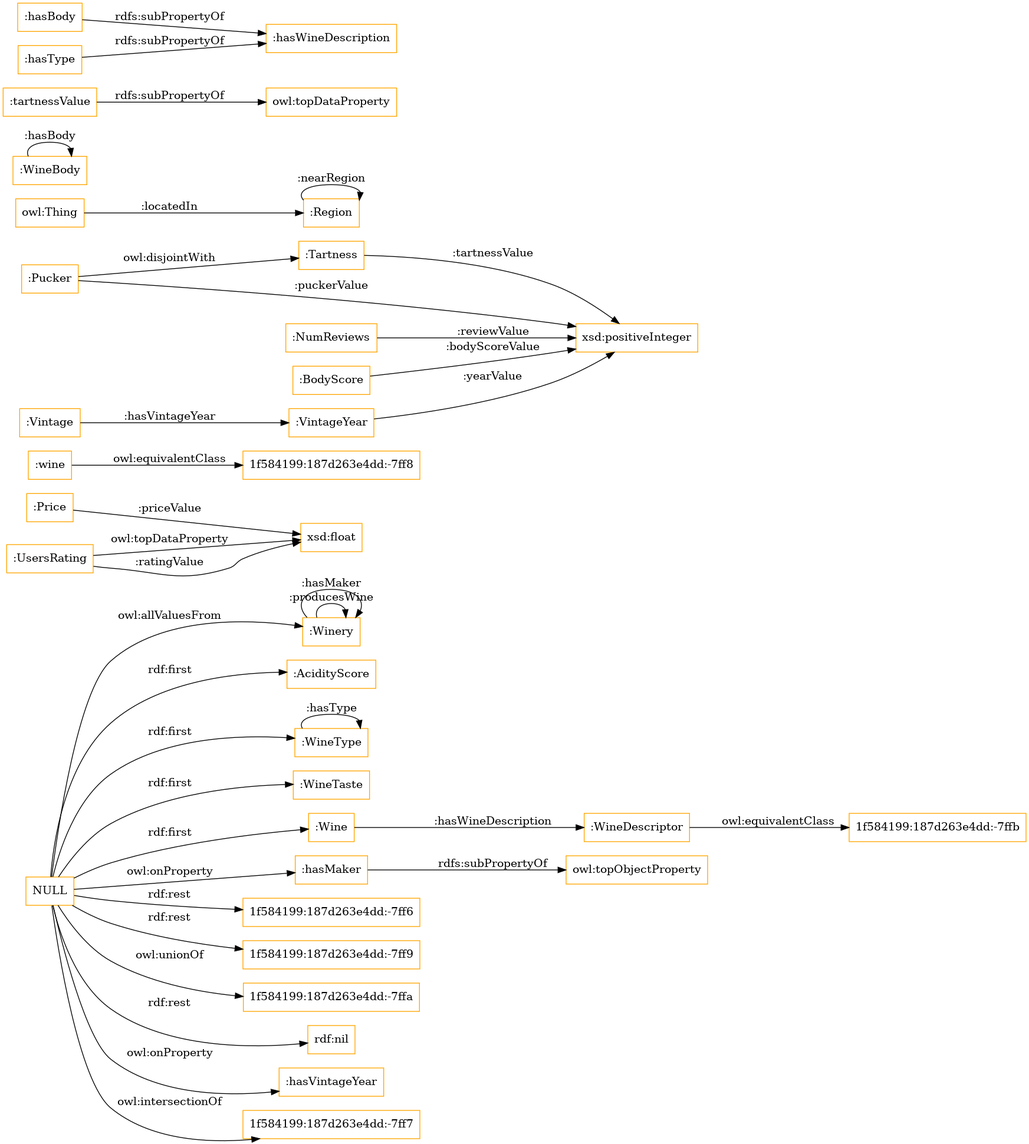
Above: OnToology/wine_es.rdf/diagrams/ar2dtool-class/wine_es.rdf.png in OnToologyUser/wine-onto (Graphviz), before the change. Its source is kept beside it as OnToology/wine_es.rdf/diagrams/ar2dtool-class/wine_es.rdf.png.dot.
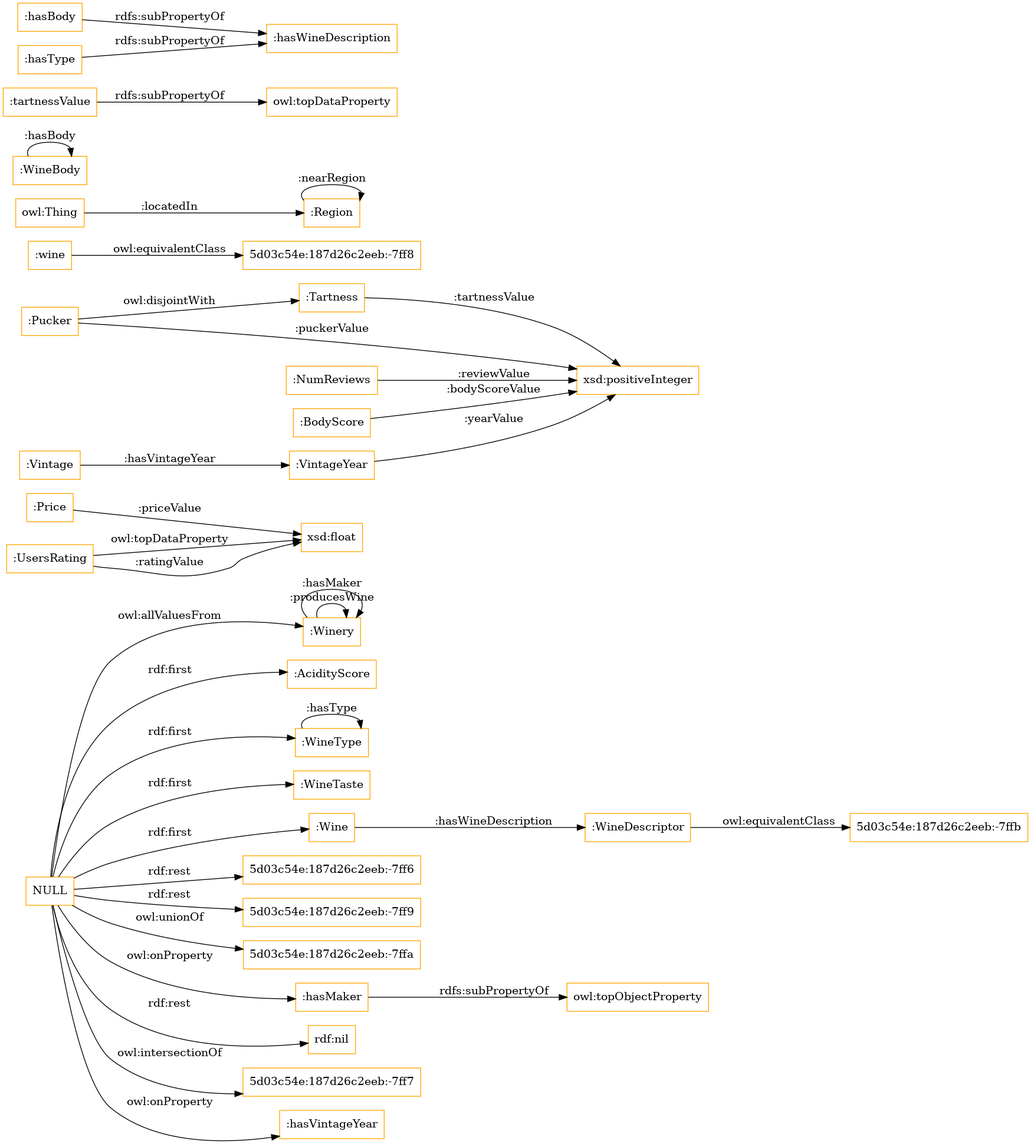
After the change.

The edit, as a diff of the source:
```diff
@@ -1,25 +1,25 @@
 digraph ar2dtool_diagram {
 rankdir=LR;
 size="1501"
-node [shape = rectangle, color="orange"]; ":Winery" ":Price" "1f584199:187d263e4dd:-7ff8" ":WineDescriptor" ":AcidityScore" "1f584199:187d263e4dd:-7ffb" ":Pucker" ":Region" ":WineType" ":Tartness" ":WineTaste" ":Vintage" ":wine" ":UsersRating" ":NumReviews" ":WineBody" ":BodyScore" ":Wine" ":VintageYear" ; /*classes style*/
+node [shape = rectangle, color="orange"]; ":Winery" ":Price" "5d03c54e:187d26c2eeb:-7ffb" ":WineDescriptor" ":AcidityScore" ":Pucker" "5d03c54e:187d26c2eeb:-7ff8" ":Region" ":WineType" ":Tartness" ":WineTaste" ":Vintage" ":wine" ":UsersRating" ":NumReviews" ":WineBody" ":BodyScore" ":Wine" ":VintageYear" ; /*classes style*/
+	"NULL" -> "5d03c54e:187d26c2eeb:-7ff6" [ label = "rdf:rest" ];
 	"NULL" -> ":AcidityScore" [ label = "rdf:first" ];
+	"NULL" -> "5d03c54e:187d26c2eeb:-7ff9" [ label = "rdf:rest" ];
 	"NULL" -> ":Winery" [ label = "owl:allValuesFrom" ];
 	"NULL" -> ":WineType" [ label = "rdf:first" ];
+	"NULL" -> "5d03c54e:187d26c2eeb:-7ffa" [ label = "owl:unionOf" ];
 	"NULL" -> ":WineTaste" [ label = "rdf:first" ];
 	"NULL" -> ":hasMaker" [ label = "owl:onProperty" ];
 	"NULL" -> ":Wine" [ label = "rdf:first" ];
-	"NULL" -> "1f584199:187d263e4dd:-7ff6" [ label = "rdf:rest" ];
-	"NULL" -> "1f584199:187d263e4dd:-7ff9" [ label = "rdf:rest" ];
-	"NULL" -> "1f584199:187d263e4dd:-7ffa" [ label = "owl:unionOf" ];
 	"NULL" -> "rdf:nil" [ label = "rdf:rest" ];
+	"NULL" -> "5d03c54e:187d26c2eeb:-7ff7" [ label = "owl:intersectionOf" ];
 	"NULL" -> ":hasVintageYear" [ label = "owl:onProperty" ];
-	"NULL" -> "1f584199:187d263e4dd:-7ff7" [ label = "owl:intersectionOf" ];
 	":tartnessValue" -> "owl:topDataProperty" [ label = "rdfs:subPropertyOf" ];
 	":hasBody" -> ":hasWineDescription" [ label = "rdfs:subPropertyOf" ];
-	":wine" -> "1f584199:187d263e4dd:-7ff8" [ label = "owl:equivalentClass" ];
+	":wine" -> "5d03c54e:187d26c2eeb:-7ff8" [ label = "owl:equivalentClass" ];
 	":hasMaker" -> "owl:topObjectProperty" [ label = "rdfs:subPropertyOf" ];
 	":Pucker" -> ":Tartness" [ label = "owl:disjointWith" ];
-	":WineDescriptor" -> "1f584199:187d263e4dd:-7ffb" [ label = "owl:equivalentClass" ];
+	":WineDescriptor" -> "5d03c54e:187d26c2eeb:-7ffb" [ label = "owl:equivalentClass" ];
 	":hasType" -> ":hasWineDescription" [ label = "rdfs:subPropertyOf" ];
 	":Tartness" -> "xsd:positiveInteger" [ label = ":tartnessValue" ];
 	":Winery" -> ":Winery" [ label = ":producesWine" ];
```
